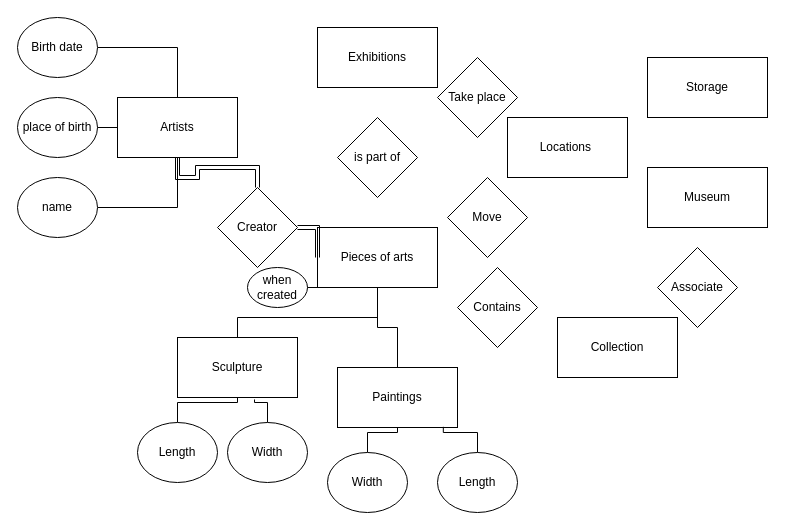
The draw.io diagram arts.drawio in KhalyHackerman/databases_p1, before the edit. Source tidied: cells renumbered, new cells numbered last; positions are measured from the earlier drawing's top-left corner, leaving out a move shared by most shapes. Both pictures are drawn from the tidied source at 100%, with x=0, y=0 at pixel (17, 17).
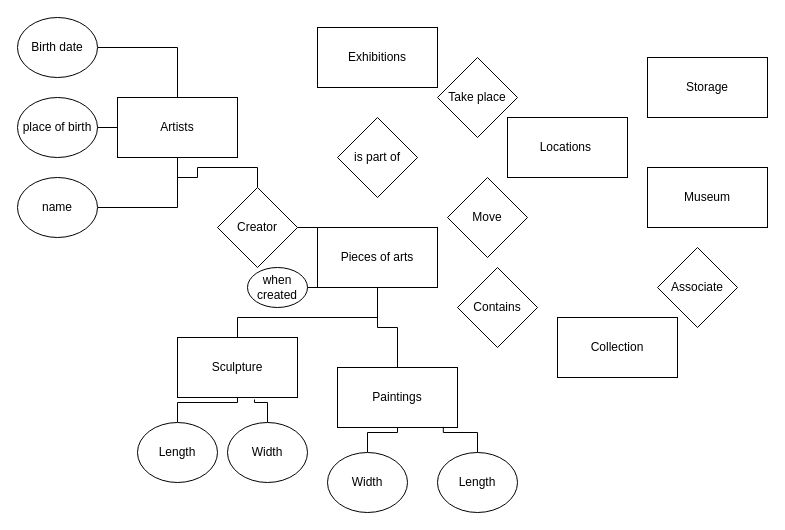
After the change.

Commit message (it also covers changes not shown here):
Mettre à jour arts.drawio

The change refers to these unchanged cells:
```xml
<mxCell id="3" value="Pieces of arts" style="rounded=0;whiteSpace=wrap;html=1;" parent="1" vertex="1">
  <mxGeometry x="300" y="210" width="120" height="60" as="geometry" />
</mxCell>
<mxCell id="4" value="Artists" style="rounded=0;whiteSpace=wrap;html=1;" parent="1" vertex="1">
  <mxGeometry x="100" y="80" width="120" height="60" as="geometry" />
</mxCell>
<mxCell id="15" value="Creator" style="rhombus;whiteSpace=wrap;html=1;" parent="1" vertex="1">
  <mxGeometry x="200" y="170" width="80" height="80" as="geometry" />
</mxCell>
```

The edit, as a diff of the source:
```diff
@@
-    <mxCell id="13" style="edgeStyle=orthogonalEdgeStyle;rounded=0;jettySize=auto;html=1;endArrow=none;startFill=0;shape=link;" parent="1" edge="1" source="15" target="4">
+    <mxCell id="13" style="edgeStyle=orthogonalEdgeStyle;rounded=0;jettySize=auto;html=1;endArrow=none;startFill=0;" parent="1" edge="1" source="15" target="4">
       <mxGeometry relative="1" as="geometry" />
     </mxCell>
-    <mxCell id="14" style="edgeStyle=orthogonalEdgeStyle;rounded=0;jettySize=auto;html=1;endArrow=none;startFill=0;shape=link;" parent="1" edge="1" source="15" target="3">
+    <mxCell id="14" style="edgeStyle=orthogonalEdgeStyle;rounded=0;jettySize=auto;html=1;endArrow=none;startFill=0;" parent="1" edge="1" source="15" target="3">
       <mxGeometry relative="1" as="geometry" />
     </mxCell>
```
